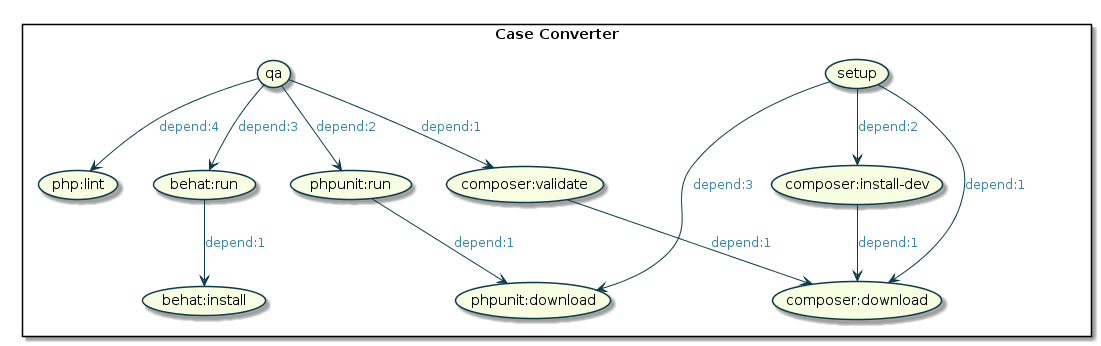
Earlier version of the PlantUML export build.png (jawira/case-converter).
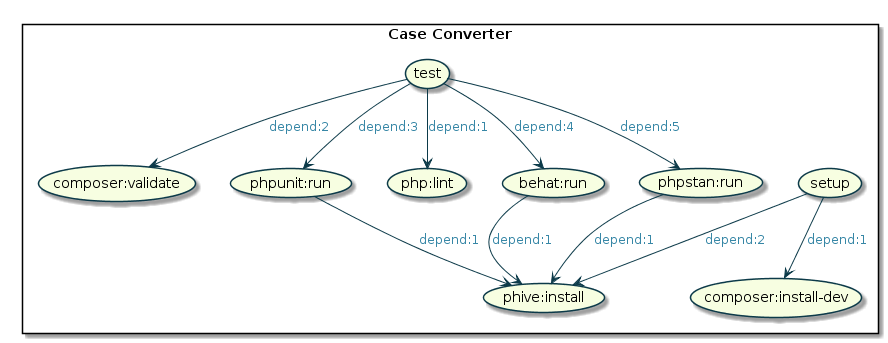
Above is the later version.

Commit message:
#16 Use Phive to download Phar files

What changed in the source:
```diff
@@ -9,27 +9,25 @@
 }
 
 rectangle "Case Converter" {
-(phpunit:download)
 (setup)
-(composer:download)
-(qa)
+(test)
 (composer:validate)
 (composer:install-dev)
 (phpunit:run)
 (php:lint)
 (behat:run)
-(behat:install)
+(phpstan:run)
+(phive:install)
 }
 
-(setup) --> (composer:download) : depend:1
-(setup) --> (composer:install-dev) : depend:2
-(setup) --> (phpunit:download) : depend:3
-(qa) --> (composer:validate) : depend:1
-(qa) --> (phpunit:run) : depend:2
-(qa) --> (behat:run) : depend:3
-(qa) --> (php:lint) : depend:4
-(composer:validate) --> (composer:download) : depend:1
-(composer:install-dev) --> (composer:download) : depend:1
-(phpunit:run) --> (phpunit:download) : depend:1
-(behat:run) --> (behat:install) : depend:1
+(setup) --> (composer:install-dev) : depend:1
+(setup) --> (phive:install) : depend:2
+(test) --> (php:lint) : depend:1
+(test) --> (composer:validate) : depend:2
+(test) --> (phpunit:run) : depend:3
+(test) --> (behat:run) : depend:4
+(test) --> (phpstan:run) : depend:5
+(phpunit:run) --> (phive:install) : depend:1
+(behat:run) --> (phive:install) : depend:1
+(phpstan:run) --> (phive:install) : depend:1
 @enduml
```
